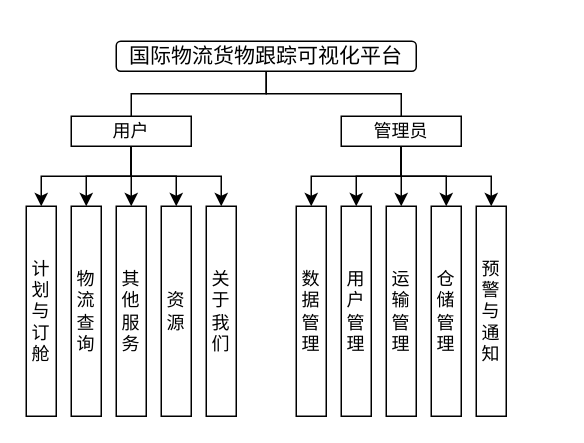
Before: page "第 1 页" (1 of 2) of 供应链项目.drawio in Li-cencen/UML, a draw.io diagram. Source tidied: cells renumbered, new cells numbered last; positions are measured from the earlier drawing's top-left corner, leaving out a move shared by most shapes. Both pictures are drawn from the tidied source at 150%, with x=0, y=0 at pixel (26, 40).
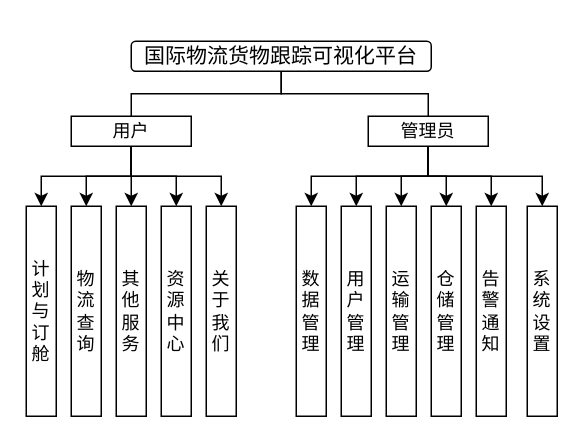
The same page after the edit.

Commit message:
更新供应链项目.drawio

Diff of the diagram source:
```diff
@@
     <mxCell id="2" value="&lt;p class=&quot;MsoNormal&quot;&gt;&lt;span style=&quot;mso-spacerun:'yes';font-family:宋体;mso-ansi-font-weight:normal;&lt;br/&gt;mso-bidi-font-weight:bold;font-size:10.5000pt;mso-font-kerning:1.0000pt;&quot;&gt;国际物流货物跟踪可视化平台&lt;/span&gt;&lt;/p&gt;" style="rounded=1;whiteSpace=wrap;html=1;" parent="1" vertex="1">
-      <mxGeometry x="60" width="200" height="20" as="geometry" />
+      <mxGeometry x="70" width="200" height="20" as="geometry" />
     </mxCell>
@@
-    <mxCell id="6" value="资源" style="rounded=0;whiteSpace=wrap;html=1;" parent="1" vertex="1">
+    <mxCell id="6" value="资源中心" style="rounded=0;whiteSpace=wrap;html=1;" parent="1" vertex="1">
       <mxGeometry x="90" y="110" width="20" height="140" as="geometry" />
     </mxCell>
@@
-    <mxCell id="12" value="预警与通知" style="rounded=0;whiteSpace=wrap;html=1;" parent="1" vertex="1">
+    <mxCell id="12" value="告警通知" style="rounded=0;whiteSpace=wrap;html=1;" parent="1" vertex="1">
       <mxGeometry x="300" y="110" width="20" height="140" as="geometry" />
     </mxCell>
@@
+    <mxCell id="28" style="edgeStyle=orthogonalEdgeStyle;rounded=0;jettySize=auto;html=1;exitX=0.5;exitY=1;exitDx=0;exitDy=0;" parent="1" edge="1" source="24" target="29">
+      <mxGeometry relative="1" as="geometry" />
+    </mxCell>
     <mxCell id="24" value="管理员" style="rounded=0;whiteSpace=wrap;html=1;" parent="1" vertex="1">
-      <mxGeometry x="210" y="50" width="80" height="20" as="geometry" />
+      <mxGeometry x="228" y="50" width="80" height="20" as="geometry" />
     </mxCell>
@@
+    <mxCell id="29" value="系统设置" style="rounded=0;whiteSpace=wrap;html=1;" parent="1" vertex="1">
+      <mxGeometry x="334" y="110" width="20" height="140" as="geometry" />
+    </mxCell>
```
